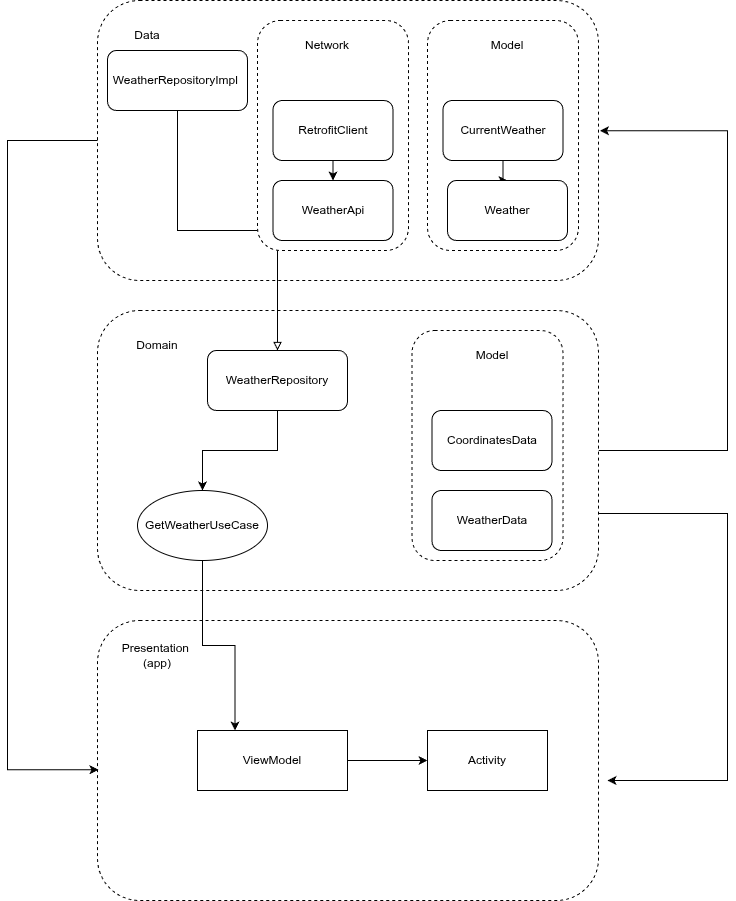
Earlier version of the draw.io export docs/OptiWeatherDiagram.drawio.png (Optifair/OptiWeather). Source tidied: cells renumbered, new cells last; positions are measured from the earlier drawing's top-left corner, leaving out a move shared by most shapes. Its diagram source:
```xml
<mxGraphModel>
  <root>
    <mxCell id="0" />
    <mxCell id="1" parent="0" />
    <mxCell id="2" style="rounded=1;whiteSpace=wrap;html=1;dashed=1;" parent="1" vertex="1">
      <mxGeometry x="90" width="501" height="280" as="geometry" />
    </mxCell>
    <mxCell id="3" style="edgeStyle=orthogonalEdgeStyle;rounded=0;jettySize=auto;html=1;entryX=1.003;entryY=0.465;entryDx=0;entryDy=0;entryPerimeter=0;" parent="1" edge="1" source="5" target="2">
      <mxGeometry relative="1" as="geometry">
        <Array as="points">
          <mxPoint x="720" y="450" />
          <mxPoint x="720" y="130" />
        </Array>
      </mxGeometry>
    </mxCell>
    <mxCell id="4" style="edgeStyle=orthogonalEdgeStyle;rounded=0;jettySize=auto;html=1;exitX=0.992;exitY=0.725;exitDx=0;exitDy=0;exitPerimeter=0;" parent="1" edge="1" source="5">
      <mxGeometry relative="1" as="geometry">
        <mxPoint x="600" y="780" as="targetPoint" />
        <Array as="points">
          <mxPoint x="720" y="513" />
          <mxPoint x="720" y="780" />
        </Array>
      </mxGeometry>
    </mxCell>
    <mxCell id="5" style="rounded=1;whiteSpace=wrap;html=1;dashed=1;" parent="1" vertex="1">
      <mxGeometry x="90" y="310" width="501" height="280" as="geometry" />
    </mxCell>
    <mxCell id="6" style="rounded=1;whiteSpace=wrap;html=1;dashed=1;" parent="1" vertex="1">
      <mxGeometry x="90" y="620" width="501" height="280" as="geometry" />
    </mxCell>
    <mxCell id="7" value="Data" style="text;html=1;whiteSpace=wrap;strokeColor=none;fillColor=none;align=center;verticalAlign=middle;rounded=0;" parent="1" vertex="1">
      <mxGeometry x="110" y="20" width="60" height="30" as="geometry" />
    </mxCell>
    <mxCell id="8" value="Domain" style="text;html=1;whiteSpace=wrap;strokeColor=none;fillColor=none;align=center;verticalAlign=middle;rounded=0;" parent="1" vertex="1">
      <mxGeometry x="120" y="330" width="60" height="30" as="geometry" />
    </mxCell>
    <mxCell id="9" value="Presentation&amp;nbsp;&lt;br&gt;(app)" style="text;html=1;whiteSpace=wrap;strokeColor=none;fillColor=none;align=center;verticalAlign=middle;rounded=0;" parent="1" vertex="1">
      <mxGeometry x="120" y="640" width="60" height="30" as="geometry" />
    </mxCell>
    <mxCell id="10" style="rounded=1;whiteSpace=wrap;html=1;dashed=1;" parent="1" vertex="1">
      <mxGeometry x="420" y="20" width="151" height="230" as="geometry" />
    </mxCell>
    <mxCell id="11" value="Model" style="text;html=1;whiteSpace=wrap;strokeColor=none;fillColor=none;align=center;verticalAlign=middle;rounded=0;" parent="1" vertex="1">
      <mxGeometry x="470" y="30" width="60" height="30" as="geometry" />
    </mxCell>
    <mxCell id="12" style="edgeStyle=orthogonalEdgeStyle;rounded=0;jettySize=auto;html=1;entryX=0.002;entryY=0.533;entryDx=0;entryDy=0;entryPerimeter=0;" parent="1" edge="1" source="2" target="6">
      <mxGeometry relative="1" as="geometry">
        <Array as="points">
          <mxPoint y="140" />
          <mxPoint y="769" />
        </Array>
      </mxGeometry>
    </mxCell>
    <mxCell id="13" style="edgeStyle=orthogonalEdgeStyle;rounded=0;jettySize=auto;html=1;" parent="1" edge="1" source="14" target="15">
      <mxGeometry relative="1" as="geometry" />
    </mxCell>
    <mxCell id="14" value="ViewModel" style="rounded=0;whiteSpace=wrap;html=1;" parent="1" vertex="1">
      <mxGeometry x="190" y="730" width="150" height="60" as="geometry" />
    </mxCell>
    <mxCell id="15" value="Activity" style="rounded=0;whiteSpace=wrap;html=1;" parent="1" vertex="1">
      <mxGeometry x="420" y="730" width="120" height="60" as="geometry" />
    </mxCell>
    <mxCell id="16" style="edgeStyle=orthogonalEdgeStyle;rounded=0;jettySize=auto;html=1;entryX=0.25;entryY=0;entryDx=0;entryDy=0;" parent="1" edge="1" source="17" target="14">
      <mxGeometry relative="1" as="geometry" />
    </mxCell>
    <mxCell id="17" value="GetWeatherUseCase" style="ellipse;whiteSpace=wrap;html=1;" parent="1" vertex="1">
      <mxGeometry x="130" y="490" width="130" height="70" as="geometry" />
    </mxCell>
    <mxCell id="18" style="edgeStyle=orthogonalEdgeStyle;rounded=0;jettySize=auto;html=1;" parent="1" edge="1" source="19" target="20">
      <mxGeometry relative="1" as="geometry" />
    </mxCell>
    <mxCell id="19" value="CurrentWeather" style="rounded=1;whiteSpace=wrap;html=1;" parent="1" vertex="1">
      <mxGeometry x="435.5" y="100" width="120" height="60" as="geometry" />
    </mxCell>
    <mxCell id="20" value="Weather" style="rounded=1;whiteSpace=wrap;html=1;" parent="1" vertex="1">
      <mxGeometry x="440" y="180" width="120" height="60" as="geometry" />
    </mxCell>
    <mxCell id="21" style="edgeStyle=orthogonalEdgeStyle;rounded=0;jettySize=auto;html=1;endArrow=block;endFill=0;" parent="1" edge="1" source="22" target="33">
      <mxGeometry relative="1" as="geometry" />
    </mxCell>
    <mxCell id="22" value="WeatherRepositoryImpl&amp;nbsp;" style="rounded=1;whiteSpace=wrap;html=1;" parent="1" vertex="1">
      <mxGeometry x="100" y="50" width="140" height="60" as="geometry" />
    </mxCell>
    <mxCell id="23" style="rounded=1;whiteSpace=wrap;html=1;dashed=1;" parent="1" vertex="1">
      <mxGeometry x="250" y="20" width="151" height="230" as="geometry" />
    </mxCell>
    <mxCell id="24" value="Network" style="text;html=1;whiteSpace=wrap;strokeColor=none;fillColor=none;align=center;verticalAlign=middle;rounded=0;" parent="1" vertex="1">
      <mxGeometry x="290" y="30" width="60" height="30" as="geometry" />
    </mxCell>
    <mxCell id="25" style="rounded=1;whiteSpace=wrap;html=1;dashed=1;" parent="1" vertex="1">
      <mxGeometry x="404.5" y="330" width="151" height="230" as="geometry" />
    </mxCell>
    <mxCell id="26" value="Model" style="text;html=1;whiteSpace=wrap;strokeColor=none;fillColor=none;align=center;verticalAlign=middle;rounded=0;" parent="1" vertex="1">
      <mxGeometry x="454.5" y="340" width="60" height="30" as="geometry" />
    </mxCell>
    <mxCell id="27" value="WeatherData" style="rounded=1;whiteSpace=wrap;html=1;" parent="1" vertex="1">
      <mxGeometry x="424.5" y="490" width="120" height="60" as="geometry" />
    </mxCell>
    <mxCell id="28" style="edgeStyle=orthogonalEdgeStyle;rounded=0;jettySize=auto;html=1;" parent="1" edge="1" source="29" target="30">
      <mxGeometry relative="1" as="geometry" />
    </mxCell>
    <mxCell id="29" value="RetrofitClient" style="rounded=1;whiteSpace=wrap;html=1;" parent="1" vertex="1">
      <mxGeometry x="265.5" y="100" width="120" height="60" as="geometry" />
    </mxCell>
    <mxCell id="30" value="WeatherApi" style="rounded=1;whiteSpace=wrap;html=1;" parent="1" vertex="1">
      <mxGeometry x="265.5" y="180" width="120" height="60" as="geometry" />
    </mxCell>
    <mxCell id="31" value="CoordinatesData" style="rounded=1;whiteSpace=wrap;html=1;" parent="1" vertex="1">
      <mxGeometry x="424.5" y="410" width="120" height="60" as="geometry" />
    </mxCell>
    <mxCell id="32" style="edgeStyle=orthogonalEdgeStyle;rounded=0;jettySize=auto;html=1;" parent="1" edge="1" source="33" target="17">
      <mxGeometry relative="1" as="geometry" />
    </mxCell>
    <mxCell id="33" value="WeatherRepository" style="rounded=1;whiteSpace=wrap;html=1;" parent="1" vertex="1">
      <mxGeometry x="200" y="350" width="140" height="60" as="geometry" />
    </mxCell>
  </root>
</mxGraphModel>
```
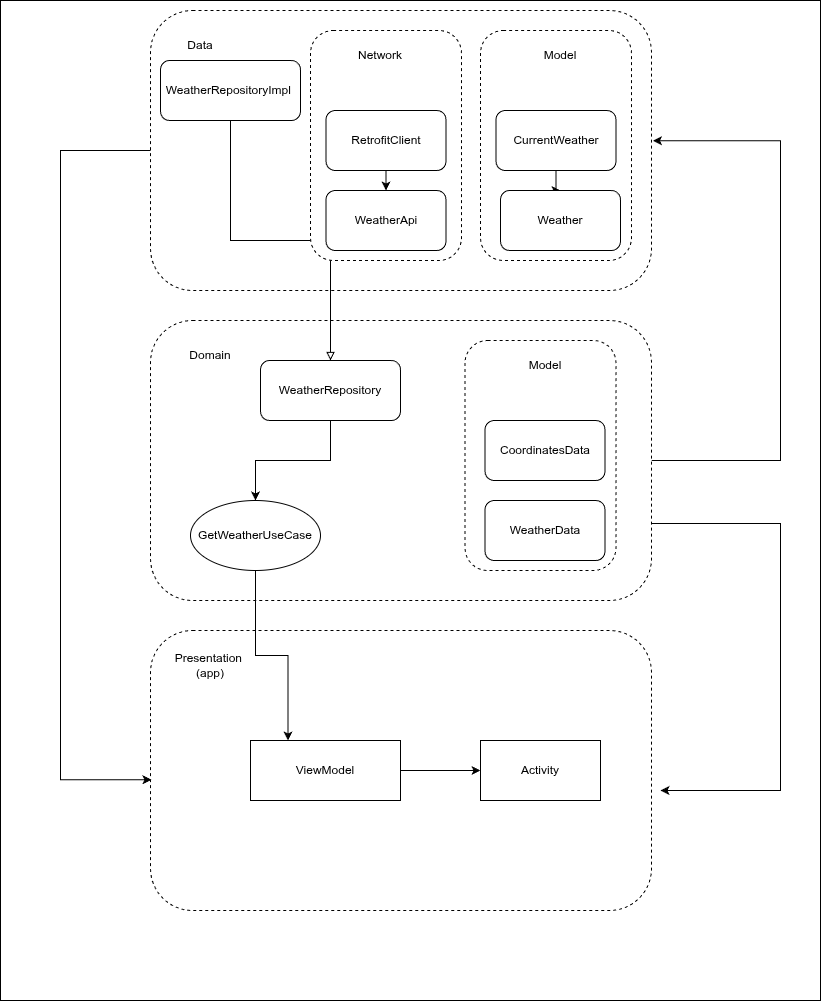
Later version of the same file.

Commit message:
Update diagram and add raw .drawio file

The edit, as a diff of the source:
```diff
@@ -2,6 +2,9 @@
   <root>
     <mxCell id="0" />
     <mxCell id="1" parent="0" />
+    <mxCell id="34" style="rounded=0;whiteSpace=wrap;html=1;" parent="1" vertex="1">
+      <mxGeometry x="-60" y="-10" width="820" height="1000" as="geometry" />
+    </mxCell>
     <mxCell id="2" style="rounded=1;whiteSpace=wrap;html=1;dashed=1;" parent="1" vertex="1">
       <mxGeometry x="90" width="501" height="280" as="geometry" />
     </mxCell>
```
